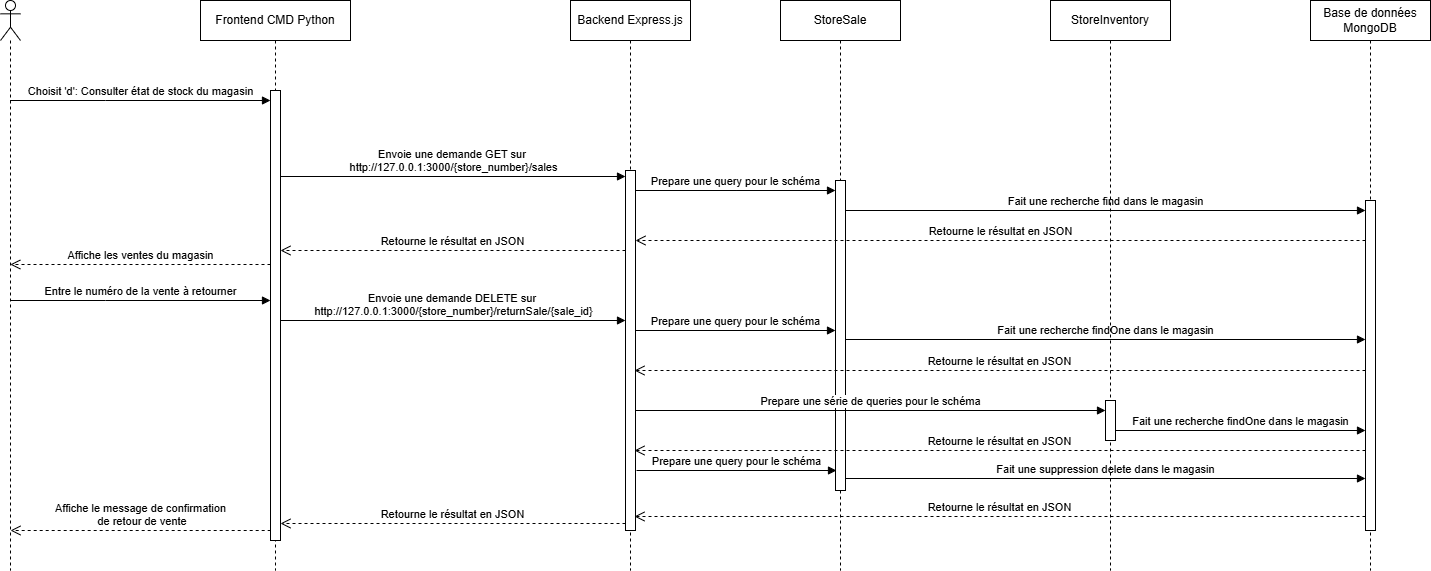
Above: docs/UML/Vues_de_processus/diag_retour_de_vente.drawio.png in PraMaks/LOG430_Labo_0 (draw.io), before the change. Source tidied: cells renumbered, new cells last; positions are measured from the earlier drawing's top-left corner, leaving out a move shared by most shapes. The source it was exported from:
```xml
<mxGraphModel>
  <root>
    <mxCell id="0" />
    <mxCell id="1" parent="0" />
    <mxCell id="2" value="Frontend CMD Python" style="shape=umlLifeline;perimeter=lifelinePerimeter;whiteSpace=wrap;html=1;newEdgeStyle={&quot;edgeStyle&quot;:&quot;elbowEdgeStyle&quot;,&quot;elbow&quot;:&quot;vertical&quot;,&quot;curved&quot;:0,&quot;rounded&quot;:0};" parent="1" vertex="1">
      <mxGeometry x="200" width="150" height="570" as="geometry" />
    </mxCell>
    <mxCell id="3" style="html=1;points=[];perimeter=orthogonalPerimeter;outlineConnect=0;targetShapes=umlLifeline;portConstraint=eastwest;newEdgeStyle={&quot;edgeStyle&quot;:&quot;elbowEdgeStyle&quot;,&quot;elbow&quot;:&quot;vertical&quot;,&quot;curved&quot;:0,&quot;rounded&quot;:0};" parent="2" vertex="1">
      <mxGeometry x="70" y="90" width="10" height="450" as="geometry" />
    </mxCell>
    <mxCell id="4" value="Choisit 'd': Consulter état de stock du magasin" style="html=1;verticalAlign=bottom;endArrow=block;edgeStyle=elbowEdgeStyle;elbow=vertical;curved=0;rounded=0;" parent="1" edge="1" source="5" target="3">
      <mxGeometry relative="1" as="geometry">
        <Array as="points">
          <mxPoint x="105" y="100" />
        </Array>
      </mxGeometry>
    </mxCell>
    <mxCell id="5" style="shape=umlLifeline;perimeter=lifelinePerimeter;whiteSpace=wrap;html=1;outlineConnect=0;portConstraint=eastwest;newEdgeStyle={&quot;curved&quot;:0,&quot;rounded&quot;:0};participant=umlActor;" parent="1" vertex="1">
      <mxGeometry width="20" height="570" as="geometry" />
    </mxCell>
    <mxCell id="6" value="Backend Express.js" style="shape=umlLifeline;perimeter=lifelinePerimeter;whiteSpace=wrap;html=1;newEdgeStyle={&quot;edgeStyle&quot;:&quot;elbowEdgeStyle&quot;,&quot;elbow&quot;:&quot;vertical&quot;,&quot;curved&quot;:0,&quot;rounded&quot;:0};" parent="1" vertex="1">
      <mxGeometry x="570" width="120" height="570" as="geometry" />
    </mxCell>
    <mxCell id="7" style="html=1;points=[];perimeter=orthogonalPerimeter;outlineConnect=0;targetShapes=umlLifeline;portConstraint=eastwest;newEdgeStyle={&quot;edgeStyle&quot;:&quot;elbowEdgeStyle&quot;,&quot;elbow&quot;:&quot;vertical&quot;,&quot;curved&quot;:0,&quot;rounded&quot;:0};" parent="6" vertex="1">
      <mxGeometry x="55" y="170" width="10" height="360" as="geometry" />
    </mxCell>
    <mxCell id="8" value="StoreSale" style="shape=umlLifeline;perimeter=lifelinePerimeter;whiteSpace=wrap;html=1;newEdgeStyle={&quot;edgeStyle&quot;:&quot;elbowEdgeStyle&quot;,&quot;elbow&quot;:&quot;vertical&quot;,&quot;curved&quot;:0,&quot;rounded&quot;:0};" parent="1" vertex="1">
      <mxGeometry x="780" width="120" height="570" as="geometry" />
    </mxCell>
    <mxCell id="9" style="html=1;points=[];perimeter=orthogonalPerimeter;outlineConnect=0;targetShapes=umlLifeline;portConstraint=eastwest;newEdgeStyle={&quot;edgeStyle&quot;:&quot;elbowEdgeStyle&quot;,&quot;elbow&quot;:&quot;vertical&quot;,&quot;curved&quot;:0,&quot;rounded&quot;:0};" parent="8" vertex="1">
      <mxGeometry x="55" y="180" width="10" height="310" as="geometry" />
    </mxCell>
    <mxCell id="10" value="Base de données MongoDB" style="shape=umlLifeline;perimeter=lifelinePerimeter;whiteSpace=wrap;html=1;newEdgeStyle={&quot;edgeStyle&quot;:&quot;elbowEdgeStyle&quot;,&quot;elbow&quot;:&quot;vertical&quot;,&quot;curved&quot;:0,&quot;rounded&quot;:0};" parent="1" vertex="1">
      <mxGeometry x="1310" width="120" height="570" as="geometry" />
    </mxCell>
    <mxCell id="11" style="html=1;points=[];perimeter=orthogonalPerimeter;outlineConnect=0;targetShapes=umlLifeline;portConstraint=eastwest;newEdgeStyle={&quot;edgeStyle&quot;:&quot;elbowEdgeStyle&quot;,&quot;elbow&quot;:&quot;vertical&quot;,&quot;curved&quot;:0,&quot;rounded&quot;:0};" parent="10" vertex="1">
      <mxGeometry x="55" y="200" width="10" height="330" as="geometry" />
    </mxCell>
    <mxCell id="12" value="Envoie une demande GET sur&amp;nbsp;&lt;div&gt;http://127.0.0.1:3000/{store_number}/sales&lt;/div&gt;" style="html=1;verticalAlign=bottom;endArrow=block;edgeStyle=elbowEdgeStyle;elbow=vertical;curved=0;rounded=0;" parent="1" edge="1" source="3">
      <mxGeometry relative="1" as="geometry">
        <mxPoint x="625" y="176" as="targetPoint" />
        <Array as="points">
          <mxPoint x="385.5" y="176" />
        </Array>
      </mxGeometry>
    </mxCell>
    <mxCell id="13" value="Prepare une query pour le schéma" style="html=1;verticalAlign=bottom;endArrow=block;edgeStyle=elbowEdgeStyle;elbow=vertical;curved=0;rounded=0;" parent="1" edge="1" source="7" target="9">
      <mxGeometry relative="1" as="geometry">
        <Array as="points">
          <mxPoint x="735.5" y="190" />
        </Array>
      </mxGeometry>
    </mxCell>
    <mxCell id="14" value="Fait une recherche find dans le magasin" style="html=1;verticalAlign=bottom;endArrow=block;edgeStyle=elbowEdgeStyle;elbow=vertical;curved=0;rounded=0;" parent="1" edge="1" source="9" target="11">
      <mxGeometry relative="1" as="geometry">
        <Array as="points">
          <mxPoint x="960.5" y="210" />
        </Array>
      </mxGeometry>
    </mxCell>
    <mxCell id="15" value="Retourne le résultat en JSON" style="html=1;verticalAlign=bottom;endArrow=open;dashed=1;endSize=8;edgeStyle=elbowEdgeStyle;elbow=vertical;curved=0;rounded=0;" parent="1" edge="1" source="11" target="7">
      <mxGeometry relative="1" as="geometry">
        <Array as="points">
          <mxPoint x="935.3" y="240" />
        </Array>
      </mxGeometry>
    </mxCell>
    <mxCell id="16" value="Retourne le résultat en JSON" style="html=1;verticalAlign=bottom;endArrow=open;dashed=1;endSize=8;edgeStyle=elbowEdgeStyle;elbow=vertical;curved=0;rounded=0;" parent="1" edge="1" source="7" target="3">
      <mxGeometry relative="1" as="geometry">
        <Array as="points">
          <mxPoint x="470.3" y="250" />
        </Array>
      </mxGeometry>
    </mxCell>
    <mxCell id="17" value="Affiche les ventes du magasin" style="html=1;verticalAlign=bottom;endArrow=open;dashed=1;endSize=8;edgeStyle=elbowEdgeStyle;elbow=vertical;curved=0;rounded=0;" parent="1" edge="1" source="3">
      <mxGeometry relative="1" as="geometry">
        <mxPoint x="9.8" y="264" as="targetPoint" />
        <Array as="points">
          <mxPoint x="85.3" y="264" />
        </Array>
      </mxGeometry>
    </mxCell>
    <mxCell id="18" value="Entre le numéro de la vente à retourner" style="html=1;verticalAlign=bottom;endArrow=block;edgeStyle=elbowEdgeStyle;elbow=vertical;curved=0;rounded=0;" parent="1" edge="1">
      <mxGeometry relative="1" as="geometry">
        <mxPoint x="10" y="300" as="sourcePoint" />
        <mxPoint x="270" y="300" as="targetPoint" />
        <Array as="points">
          <mxPoint x="105" y="300" />
        </Array>
      </mxGeometry>
    </mxCell>
    <mxCell id="19" value="Envoie une demande DELETE sur&amp;nbsp;&lt;div&gt;http://127.0.0.1:3000/{store_number}/returnSale/{sale_id}&lt;/div&gt;" style="html=1;verticalAlign=bottom;endArrow=block;edgeStyle=elbowEdgeStyle;elbow=vertical;curved=0;rounded=0;" parent="1" edge="1">
      <mxGeometry relative="1" as="geometry">
        <mxPoint x="280" y="320" as="sourcePoint" />
        <mxPoint x="625" y="320" as="targetPoint" />
        <Array as="points">
          <mxPoint x="385.5" y="320" />
        </Array>
      </mxGeometry>
    </mxCell>
    <mxCell id="20" value="Prepare une query pour le schéma" style="html=1;verticalAlign=bottom;endArrow=block;edgeStyle=elbowEdgeStyle;elbow=vertical;curved=0;rounded=0;" parent="1" edge="1" source="7" target="9">
      <mxGeometry relative="1" as="geometry">
        <Array as="points">
          <mxPoint x="740.5" y="330" />
        </Array>
      </mxGeometry>
    </mxCell>
    <mxCell id="21" value="Fait une recherche findOne dans le magasin" style="html=1;verticalAlign=bottom;endArrow=block;edgeStyle=elbowEdgeStyle;elbow=vertical;curved=0;rounded=0;" parent="1" edge="1" target="11">
      <mxGeometry relative="1" as="geometry">
        <mxPoint x="845" y="339" as="sourcePoint" />
        <Array as="points">
          <mxPoint x="965.5" y="339" />
        </Array>
      </mxGeometry>
    </mxCell>
    <mxCell id="22" value="Retourne le résultat en JSON" style="html=1;verticalAlign=bottom;endArrow=open;dashed=1;endSize=8;edgeStyle=elbowEdgeStyle;elbow=vertical;curved=0;rounded=0;" parent="1" edge="1" source="11">
      <mxGeometry relative="1" as="geometry">
        <mxPoint x="634" y="370" as="targetPoint" />
        <Array as="points">
          <mxPoint x="934.3" y="370" />
        </Array>
      </mxGeometry>
    </mxCell>
    <mxCell id="23" value="Prepare une query pour le schéma" style="html=1;verticalAlign=bottom;endArrow=block;edgeStyle=elbowEdgeStyle;elbow=vertical;curved=0;rounded=0;" parent="1" edge="1">
      <mxGeometry relative="1" as="geometry">
        <mxPoint x="636" y="470" as="sourcePoint" />
        <mxPoint x="836" y="470" as="targetPoint" />
        <Array as="points">
          <mxPoint x="741.5" y="470" />
        </Array>
      </mxGeometry>
    </mxCell>
    <mxCell id="24" value="Fait une suppression delete dans le magasin" style="html=1;verticalAlign=bottom;endArrow=block;edgeStyle=elbowEdgeStyle;elbow=vertical;curved=0;rounded=0;" parent="1" edge="1">
      <mxGeometry relative="1" as="geometry">
        <mxPoint x="845" y="478" as="sourcePoint" />
        <mxPoint x="1365" y="478" as="targetPoint" />
        <Array as="points">
          <mxPoint x="965.5" y="478" />
        </Array>
      </mxGeometry>
    </mxCell>
    <mxCell id="25" value="Retourne le résultat en JSON" style="html=1;verticalAlign=bottom;endArrow=open;dashed=1;endSize=8;edgeStyle=elbowEdgeStyle;elbow=vertical;curved=0;rounded=0;" parent="1" edge="1">
      <mxGeometry relative="1" as="geometry">
        <mxPoint x="1365" y="516" as="sourcePoint" />
        <mxPoint x="634" y="516" as="targetPoint" />
        <Array as="points">
          <mxPoint x="934.3" y="516" />
        </Array>
      </mxGeometry>
    </mxCell>
    <mxCell id="26" value="Retourne le résultat en JSON" style="html=1;verticalAlign=bottom;endArrow=open;dashed=1;endSize=8;edgeStyle=elbowEdgeStyle;elbow=vertical;curved=0;rounded=0;" parent="1" edge="1">
      <mxGeometry relative="1" as="geometry">
        <mxPoint x="625" y="523" as="sourcePoint" />
        <mxPoint x="280" y="523" as="targetPoint" />
        <Array as="points">
          <mxPoint x="470.3" y="523" />
        </Array>
      </mxGeometry>
    </mxCell>
    <mxCell id="27" value="Affiche le message de confirmation&lt;div&gt;&amp;nbsp;de retour de vente&lt;/div&gt;" style="html=1;verticalAlign=bottom;endArrow=open;dashed=1;endSize=8;edgeStyle=elbowEdgeStyle;elbow=vertical;curved=0;rounded=0;" parent="1" edge="1">
      <mxGeometry relative="1" as="geometry">
        <mxPoint x="270.2" y="530" as="sourcePoint" />
        <mxPoint x="10" y="530" as="targetPoint" />
        <Array as="points">
          <mxPoint x="85.5" y="530" />
        </Array>
      </mxGeometry>
    </mxCell>
    <mxCell id="28" value="StoreInventory" style="shape=umlLifeline;perimeter=lifelinePerimeter;whiteSpace=wrap;html=1;newEdgeStyle={&quot;edgeStyle&quot;:&quot;elbowEdgeStyle&quot;,&quot;elbow&quot;:&quot;vertical&quot;,&quot;curved&quot;:0,&quot;rounded&quot;:0};" parent="1" vertex="1">
      <mxGeometry x="1050" width="120" height="570" as="geometry" />
    </mxCell>
    <mxCell id="29" style="html=1;points=[];perimeter=orthogonalPerimeter;outlineConnect=0;targetShapes=umlLifeline;portConstraint=eastwest;newEdgeStyle={&quot;edgeStyle&quot;:&quot;elbowEdgeStyle&quot;,&quot;elbow&quot;:&quot;vertical&quot;,&quot;curved&quot;:0,&quot;rounded&quot;:0};" parent="28" vertex="1">
      <mxGeometry x="55" y="400" width="10" height="40" as="geometry" />
    </mxCell>
    <mxCell id="30" value="Prepare une série de queries pour le schéma" style="html=1;verticalAlign=bottom;endArrow=block;edgeStyle=elbowEdgeStyle;elbow=vertical;curved=0;rounded=0;" parent="1" edge="1" source="7" target="29">
      <mxGeometry relative="1" as="geometry">
        <Array as="points">
          <mxPoint x="745.5" y="410" />
        </Array>
      </mxGeometry>
    </mxCell>
    <mxCell id="31" value="Fait une recherche findOne dans le magasin" style="html=1;verticalAlign=bottom;endArrow=block;edgeStyle=elbowEdgeStyle;elbow=vertical;curved=0;rounded=0;" parent="1" edge="1" source="29" target="11">
      <mxGeometry relative="1" as="geometry">
        <Array as="points">
          <mxPoint x="1230.5" y="430" />
        </Array>
      </mxGeometry>
    </mxCell>
    <mxCell id="32" value="Retourne le résultat en JSON" style="html=1;verticalAlign=bottom;endArrow=open;dashed=1;endSize=8;edgeStyle=elbowEdgeStyle;elbow=vertical;curved=0;rounded=0;" parent="1" edge="1">
      <mxGeometry relative="1" as="geometry">
        <mxPoint x="1365" y="450" as="sourcePoint" />
        <mxPoint x="634" y="450" as="targetPoint" />
        <Array as="points">
          <mxPoint x="934.3" y="450" />
        </Array>
      </mxGeometry>
    </mxCell>
  </root>
</mxGraphModel>
```
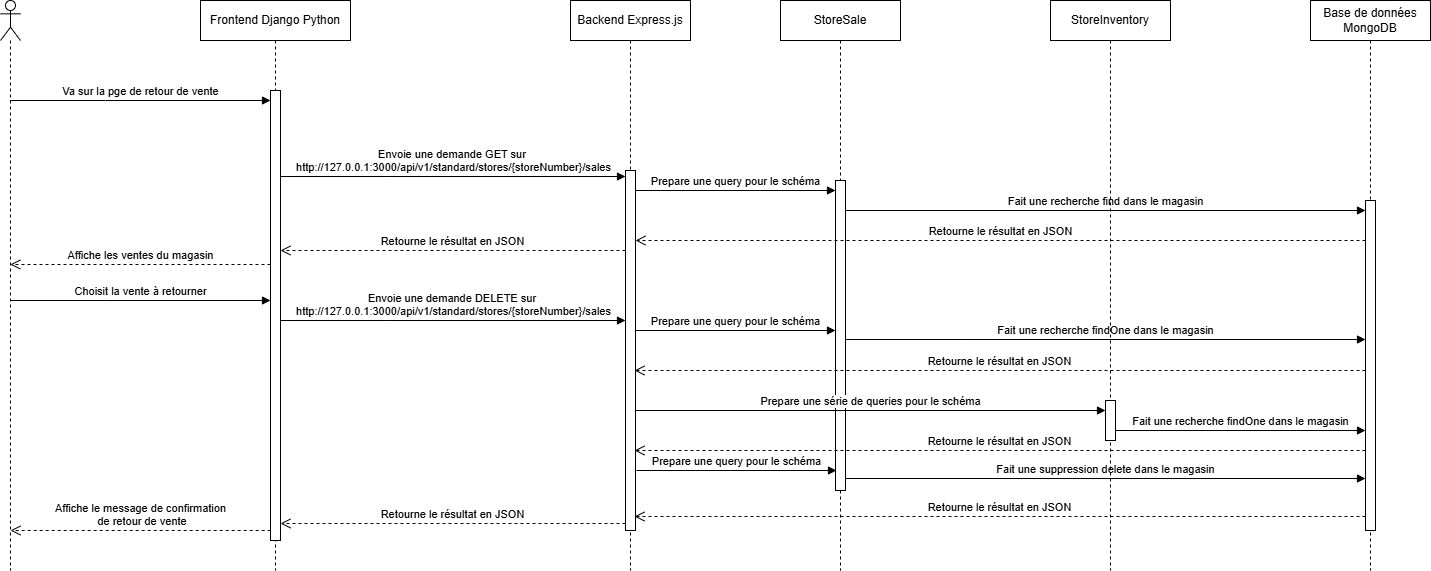
After the change.

Change to the diagram source:
```diff
@@ -2,13 +2,13 @@
   <root>
     <mxCell id="0" />
     <mxCell id="1" parent="0" />
-    <mxCell id="2" value="Frontend CMD Python" style="shape=umlLifeline;perimeter=lifelinePerimeter;whiteSpace=wrap;html=1;newEdgeStyle={&quot;edgeStyle&quot;:&quot;elbowEdgeStyle&quot;,&quot;elbow&quot;:&quot;vertical&quot;,&quot;curved&quot;:0,&quot;rounded&quot;:0};" parent="1" vertex="1">
+    <mxCell id="2" value="Frontend Django Python" style="shape=umlLifeline;perimeter=lifelinePerimeter;whiteSpace=wrap;html=1;newEdgeStyle={&quot;edgeStyle&quot;:&quot;elbowEdgeStyle&quot;,&quot;elbow&quot;:&quot;vertical&quot;,&quot;curved&quot;:0,&quot;rounded&quot;:0};" parent="1" vertex="1">
       <mxGeometry x="200" width="150" height="570" as="geometry" />
     </mxCell>
     <mxCell id="3" style="html=1;points=[];perimeter=orthogonalPerimeter;outlineConnect=0;targetShapes=umlLifeline;portConstraint=eastwest;newEdgeStyle={&quot;edgeStyle&quot;:&quot;elbowEdgeStyle&quot;,&quot;elbow&quot;:&quot;vertical&quot;,&quot;curved&quot;:0,&quot;rounded&quot;:0};" parent="2" vertex="1">
       <mxGeometry x="70" y="90" width="10" height="450" as="geometry" />
     </mxCell>
-    <mxCell id="4" value="Choisit 'd': Consulter état de stock du magasin" style="html=1;verticalAlign=bottom;endArrow=block;edgeStyle=elbowEdgeStyle;elbow=vertical;curved=0;rounded=0;" parent="1" edge="1" source="5" target="3">
+    <mxCell id="4" value="Va sur la pge de retour de vente" style="html=1;verticalAlign=bottom;endArrow=block;edgeStyle=elbowEdgeStyle;elbow=vertical;curved=0;rounded=0;" parent="1" edge="1" source="5" target="3">
       <mxGeometry relative="1" as="geometry">
         <Array as="points">
           <mxPoint x="105" y="100" />
@@ -36,7 +36,7 @@
     <mxCell id="11" style="html=1;points=[];perimeter=orthogonalPerimeter;outlineConnect=0;targetShapes=umlLifeline;portConstraint=eastwest;newEdgeStyle={&quot;edgeStyle&quot;:&quot;elbowEdgeStyle&quot;,&quot;elbow&quot;:&quot;vertical&quot;,&quot;curved&quot;:0,&quot;rounded&quot;:0};" parent="10" vertex="1">
       <mxGeometry x="55" y="200" width="10" height="330" as="geometry" />
     </mxCell>
-    <mxCell id="12" value="Envoie une demande GET sur&amp;nbsp;&lt;div&gt;http://127.0.0.1:3000/{store_number}/sales&lt;/div&gt;" style="html=1;verticalAlign=bottom;endArrow=block;edgeStyle=elbowEdgeStyle;elbow=vertical;curved=0;rounded=0;" parent="1" edge="1" source="3">
+    <mxCell id="12" value="Envoie une demande GET sur&amp;nbsp;&lt;div&gt;http://127.0.0.1:3000/api/v1/standard/stores/{storeNumber}/sales&lt;/div&gt;" style="html=1;verticalAlign=bottom;endArrow=block;edgeStyle=elbowEdgeStyle;elbow=vertical;curved=0;rounded=0;" parent="1" edge="1" source="3">
       <mxGeometry relative="1" as="geometry">
         <mxPoint x="625" y="176" as="targetPoint" />
         <Array as="points">
@@ -80,7 +80,7 @@
         </Array>
       </mxGeometry>
     </mxCell>
-    <mxCell id="18" value="Entre le numéro de la vente à retourner" style="html=1;verticalAlign=bottom;endArrow=block;edgeStyle=elbowEdgeStyle;elbow=vertical;curved=0;rounded=0;" parent="1" edge="1">
+    <mxCell id="18" value="Choisit la vente à retourner" style="html=1;verticalAlign=bottom;endArrow=block;edgeStyle=elbowEdgeStyle;elbow=vertical;curved=0;rounded=0;" parent="1" edge="1">
       <mxGeometry relative="1" as="geometry">
         <mxPoint x="10" y="300" as="sourcePoint" />
         <mxPoint x="270" y="300" as="targetPoint" />
@@ -89,7 +89,7 @@
         </Array>
       </mxGeometry>
     </mxCell>
-    <mxCell id="19" value="Envoie une demande DELETE sur&amp;nbsp;&lt;div&gt;http://127.0.0.1:3000/{store_number}/returnSale/{sale_id}&lt;/div&gt;" style="html=1;verticalAlign=bottom;endArrow=block;edgeStyle=elbowEdgeStyle;elbow=vertical;curved=0;rounded=0;" parent="1" edge="1">
+    <mxCell id="19" value="Envoie une demande DELETE sur&amp;nbsp;&lt;div&gt;http://127.0.0.1:3000/api/v1/standard/stores/{storeNumber}/sales&lt;/div&gt;" style="html=1;verticalAlign=bottom;endArrow=block;edgeStyle=elbowEdgeStyle;elbow=vertical;curved=0;rounded=0;" parent="1" edge="1">
       <mxGeometry relative="1" as="geometry">
         <mxPoint x="280" y="320" as="sourcePoint" />
         <mxPoint x="625" y="320" as="targetPoint" />
```
